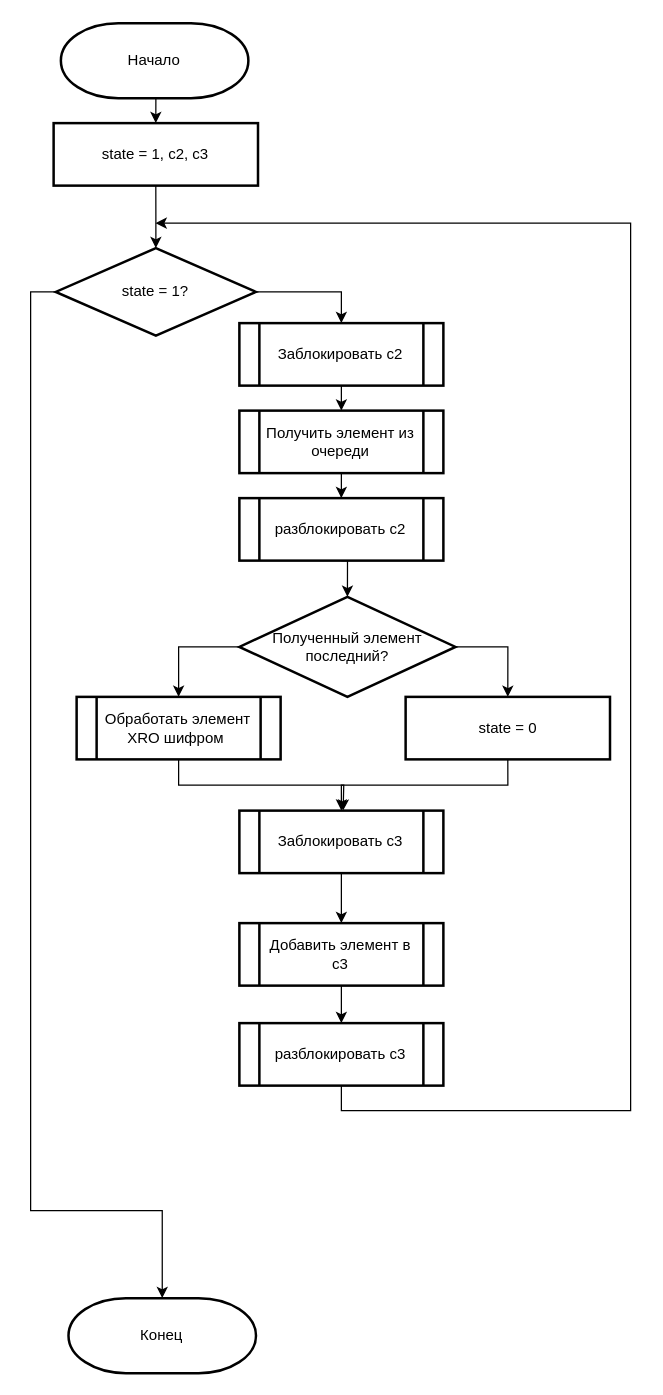
This is page "Страница 4" (4 of 4) of Лаб5/Отчет/src/Parallel.drawio from seregadanser/BMSTU_AA_Labs, a draw.io file, before an edit. Source tidied: cells renumbered, new cells numbered last; positions are measured from the earlier drawing's top-left corner, leaving out a move shared by most shapes. Both pictures are drawn from the tidied source at 125%, with x=0, y=0 at pixel (30, 22).
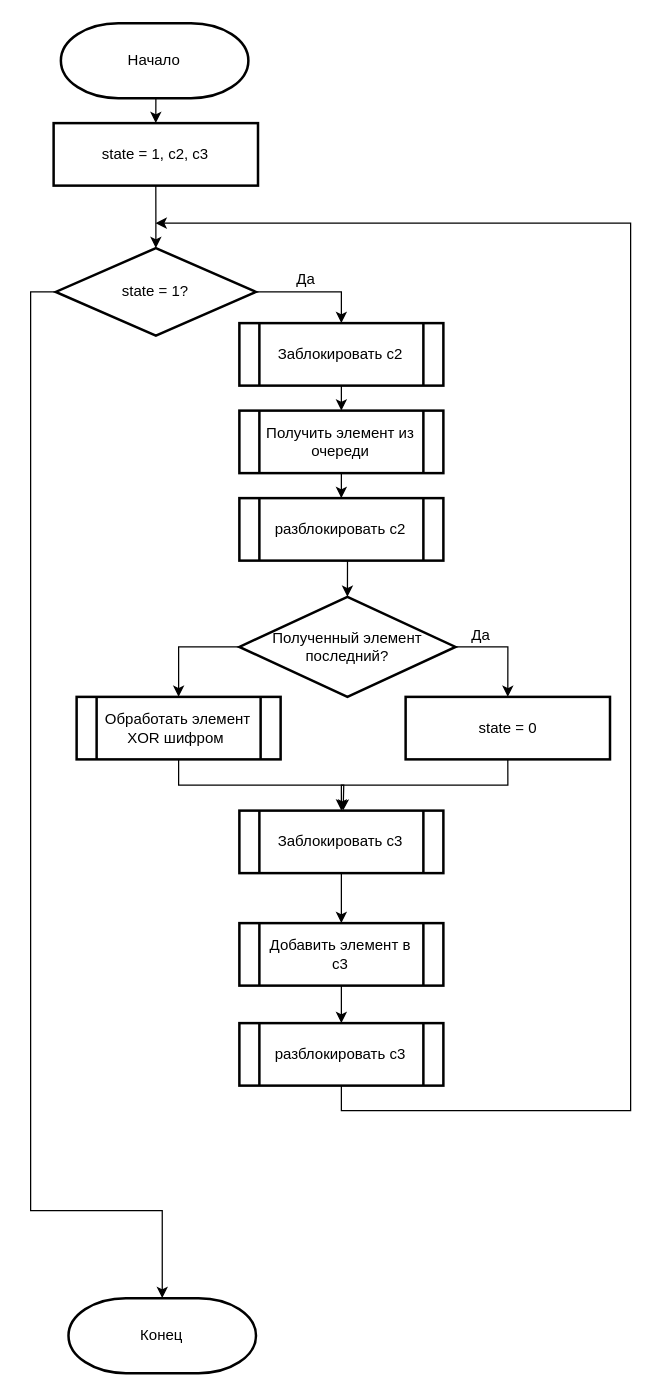
After the change.

The edit, as a diff of the source:
```diff
@@
-    <mxCell id="12" value="Обработать элемент XRO шифром&amp;nbsp;" style="shape=process;whiteSpace=wrap;html=1;backgroundOutline=1;strokeWidth=2;" parent="1" vertex="1">
+    <mxCell id="12" value="Обработать элемент XOR шифром&amp;nbsp;" style="shape=process;whiteSpace=wrap;html=1;backgroundOutline=1;strokeWidth=2;" parent="1" vertex="1">
       <mxGeometry x="36.8" y="539" width="163.2" height="50" as="geometry" />
     </mxCell>
@@
+    <mxCell id="29" value="Да" style="text;html=1;align=center;verticalAlign=middle;strokeColor=none;fillColor=none;" parent="1" vertex="1">
+      <mxGeometry x="339.9" y="475" width="40" height="30" as="geometry" />
+    </mxCell>
+    <mxCell id="30" value="Да" style="text;html=1;align=center;verticalAlign=middle;strokeColor=none;fillColor=none;" parent="1" vertex="1">
+      <mxGeometry x="200" y="190" width="40" height="30" as="geometry" />
+    </mxCell>
```
